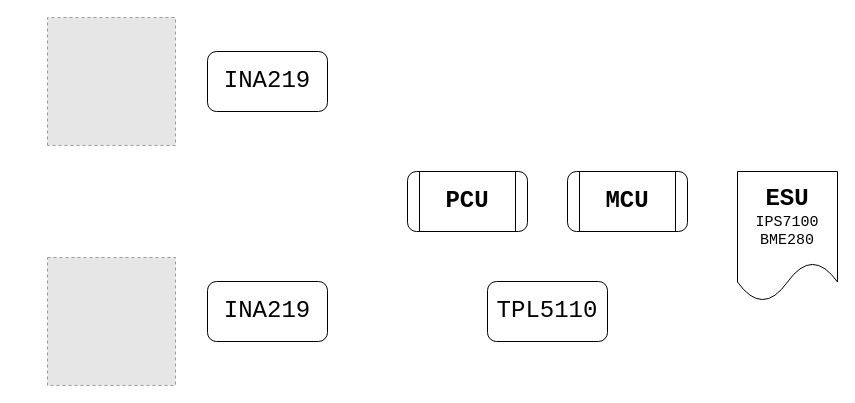
Before: resources/LoRaWANNodeDesign.drawio in mi3nts/LoRaWANNodes, a draw.io diagram. Source tidied: cells renumbered, new cells numbered last; positions are measured from the earlier drawing's top-left corner, leaving out a move shared by most shapes. Both pictures are drawn from the tidied source at 100%, with x=0, y=0 at pixel (47, 17). Pictures stored in the file or linked from it are replaced by grey dashed boxes.
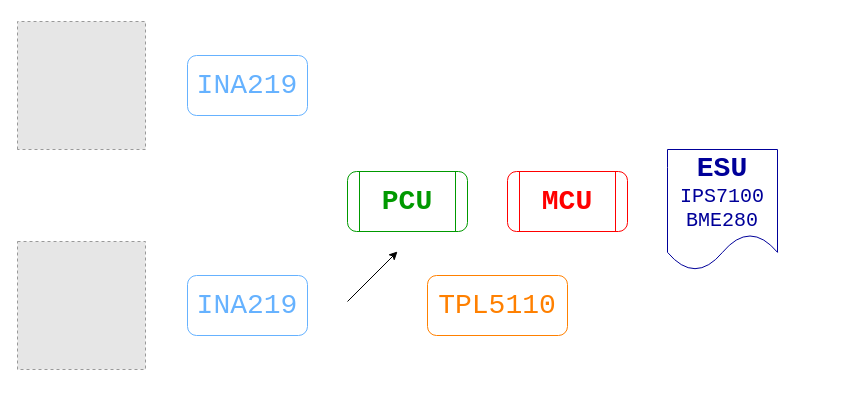
The same page after the edit.

Change to the diagram source:
```diff
@@
 <mxGraphModel>
   <root>
     <mxCell id="0" />
     <mxCell id="1" parent="0" />
-    <mxCell id="2" style="fillColor=#E6E6E6;strokeColor=#999999;dashed=1;html=1;verticalAlign=top;verticalLabelPosition=bottom;labelBackgroundColor=#ffffff;rotation=-90;" parent="1" vertex="1">
-      <mxGeometry width="128" height="128" as="geometry" />
-    </mxCell>
-    <mxCell id="3" value="&lt;font style=&quot;font-size: 24px;&quot;&gt;INA219&lt;/font&gt;" style="rounded=1;whiteSpace=wrap;html=1;fontFamily=Courier New;fontSize=24;" parent="1" vertex="1">
-      <mxGeometry x="160" y="34" width="120" height="60" as="geometry" />
+    <mxCell id="3" value="&lt;font color=&quot;#66b2ff&quot; style=&quot;font-size: 28px;&quot;&gt;INA219&lt;/font&gt;" style="rounded=1;whiteSpace=wrap;html=1;fontFamily=Courier New;fontSize=28;strokeColor=#66B2FF;" parent="1" vertex="1">
+      <mxGeometry x="140" y="38" width="120" height="60" as="geometry" />
     </mxCell>
-    <mxCell id="4" value="&lt;b&gt;PCU&lt;/b&gt;" style="shape=process;whiteSpace=wrap;html=1;backgroundOutline=1;rounded=1;fontFamily=Courier New;fontSize=24;" parent="1" vertex="1">
-      <mxGeometry x="360" y="154" width="120" height="60" as="geometry" />
+    <mxCell id="4" value="&lt;b style=&quot;font-size: 28px;&quot;&gt;&lt;font style=&quot;font-size: 28px;&quot; color=&quot;#009900&quot;&gt;PCU&lt;/font&gt;&lt;/b&gt;" style="shape=process;whiteSpace=wrap;html=1;backgroundOutline=1;rounded=1;fontFamily=Courier New;fontSize=28;strokeColor=#009900;" parent="1" vertex="1">
+      <mxGeometry x="300" y="154" width="120" height="60" as="geometry" />
     </mxCell>
-    <mxCell id="5" value="&lt;b&gt;MCU&lt;/b&gt;" style="shape=process;whiteSpace=wrap;html=1;backgroundOutline=1;rounded=1;fontFamily=Courier New;fontSize=24;" parent="1" vertex="1">
-      <mxGeometry x="520" y="154" width="120" height="60" as="geometry" />
+    <mxCell id="5" value="&lt;b style=&quot;font-size: 28px;&quot;&gt;&lt;font style=&quot;font-size: 28px;&quot; color=&quot;#ff0000&quot;&gt;MCU&lt;/font&gt;&lt;/b&gt;" style="shape=process;whiteSpace=wrap;html=1;backgroundOutline=1;rounded=1;fontFamily=Courier New;fontSize=28;strokeColor=#FF0000;" parent="1" vertex="1">
+      <mxGeometry x="460" y="154" width="120" height="60" as="geometry" />
     </mxCell>
-    <mxCell id="6" value="TPL5110" style="rounded=1;whiteSpace=wrap;html=1;fontFamily=Courier New;fontSize=24;" parent="1" vertex="1">
-      <mxGeometry x="440" y="264" width="120" height="60" as="geometry" />
+    <mxCell id="6" value="&lt;font color=&quot;#ff8000&quot;&gt;TPL5110&lt;/font&gt;" style="rounded=1;whiteSpace=wrap;html=1;fontFamily=Courier New;fontSize=28;strokeColor=#FF8000;" parent="1" vertex="1">
+      <mxGeometry x="380" y="258" width="140" height="60" as="geometry" />
     </mxCell>
-    <mxCell id="7" value="&lt;b&gt;ESU&lt;/b&gt;&lt;div style=&quot;font-size: 15px;&quot;&gt;&lt;font style=&quot;font-size: 15px;&quot;&gt;IPS7100&lt;/font&gt;&lt;/div&gt;&lt;div style=&quot;font-size: 15px;&quot;&gt;&lt;font style=&quot;font-size: 15px;&quot;&gt;BME280&lt;/font&gt;&lt;/div&gt;" style="shape=document;whiteSpace=wrap;html=1;boundedLbl=1;fontFamily=Courier New;fontSize=24;" parent="1" vertex="1">
-      <mxGeometry x="690" y="154" width="100" height="130" as="geometry" />
+    <mxCell id="7" value="&lt;b style=&quot;font-size: 28px;&quot;&gt;ESU&lt;/b&gt;&lt;div style=&quot;font-size: 20px;&quot;&gt;&lt;font style=&quot;font-size: 20px;&quot;&gt;IPS7100&lt;/font&gt;&lt;/div&gt;&lt;div style=&quot;font-size: 20px;&quot;&gt;&lt;font style=&quot;font-size: 20px;&quot;&gt;BME280&lt;/font&gt;&lt;/div&gt;" style="shape=document;whiteSpace=wrap;html=1;boundedLbl=1;fontFamily=Courier New;fontSize=28;fontColor=#000099;strokeColor=#000099;" parent="1" vertex="1">
+      <mxGeometry x="620" y="132" width="110" height="121" as="geometry" />
     </mxCell>
     <mxCell id="8" style="fillColor=#E6E6E6;strokeColor=#999999;dashed=1;html=1;verticalAlign=top;verticalLabelPosition=bottom;labelBackgroundColor=#ffffff;" parent="1" vertex="1">
-      <mxGeometry y="240" width="128" height="128" as="geometry" />
+      <mxGeometry x="-30" y="224" width="128" height="128" as="geometry" />
     </mxCell>
-    <mxCell id="9" value="&lt;span style=&quot;font-size: 24px;&quot;&gt;INA219&lt;/span&gt;" style="rounded=1;whiteSpace=wrap;html=1;fontFamily=Courier New;fontSize=24;" parent="1" vertex="1">
-      <mxGeometry x="160" y="264" width="120" height="60" as="geometry" />
+    <mxCell id="9" value="&lt;span style=&quot;font-size: 28px;&quot;&gt;&lt;font color=&quot;#66b2ff&quot; style=&quot;font-size: 28px;&quot;&gt;INA219&lt;/font&gt;&lt;/span&gt;" style="rounded=1;whiteSpace=wrap;html=1;fontFamily=Courier New;fontSize=28;strokeColor=#66B2FF;" parent="1" vertex="1">
+      <mxGeometry x="140" y="258" width="120" height="60" as="geometry" />
     </mxCell>
+    <mxCell id="10" style="endArrow=classic;html=1;rounded=0;" parent="1" edge="1">
+      <mxGeometry relative="1" as="geometry">
+        <mxPoint x="300" y="284" as="sourcePoint" />
+        <mxPoint x="350" y="234" as="targetPoint" />
+      </mxGeometry>
+    </mxCell>
+    <mxCell id="2" style="fillColor=#E6E6E6;strokeColor=#999999;dashed=1;html=1;verticalAlign=top;verticalLabelPosition=bottom;labelBackgroundColor=#ffffff;rotation=-90;" parent="1" vertex="1">
+      <mxGeometry x="-30" y="4" width="128" height="128" as="geometry" />
+    </mxCell>
   </root>
 </mxGraphModel>
```
